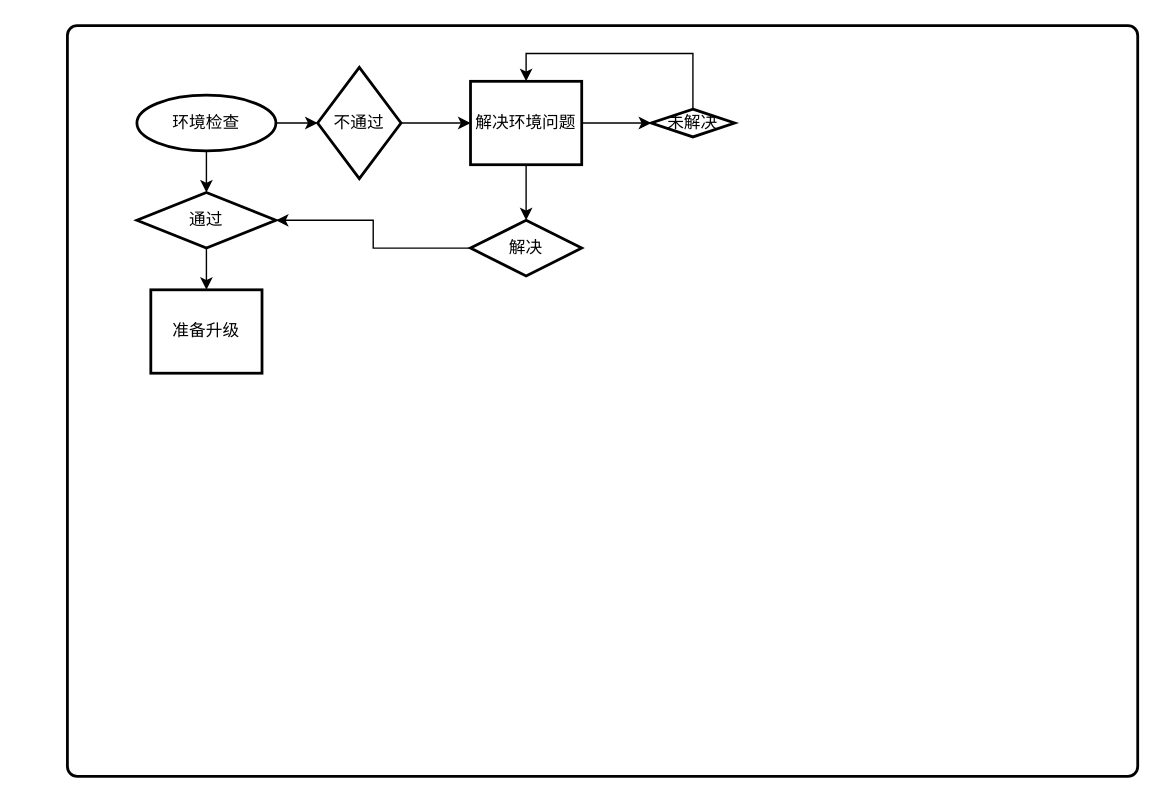
This is Untitled Diagram.drawio from vitilewis/KDE, a draw.io file, before an edit. Source tidied: cells renumbered, new cells numbered last; positions are measured from the earlier drawing's top-left corner, leaving out a move shared by most shapes. Both pictures are drawn from the tidied source at 139%, with x=0, y=0 at pixel (67, 25).
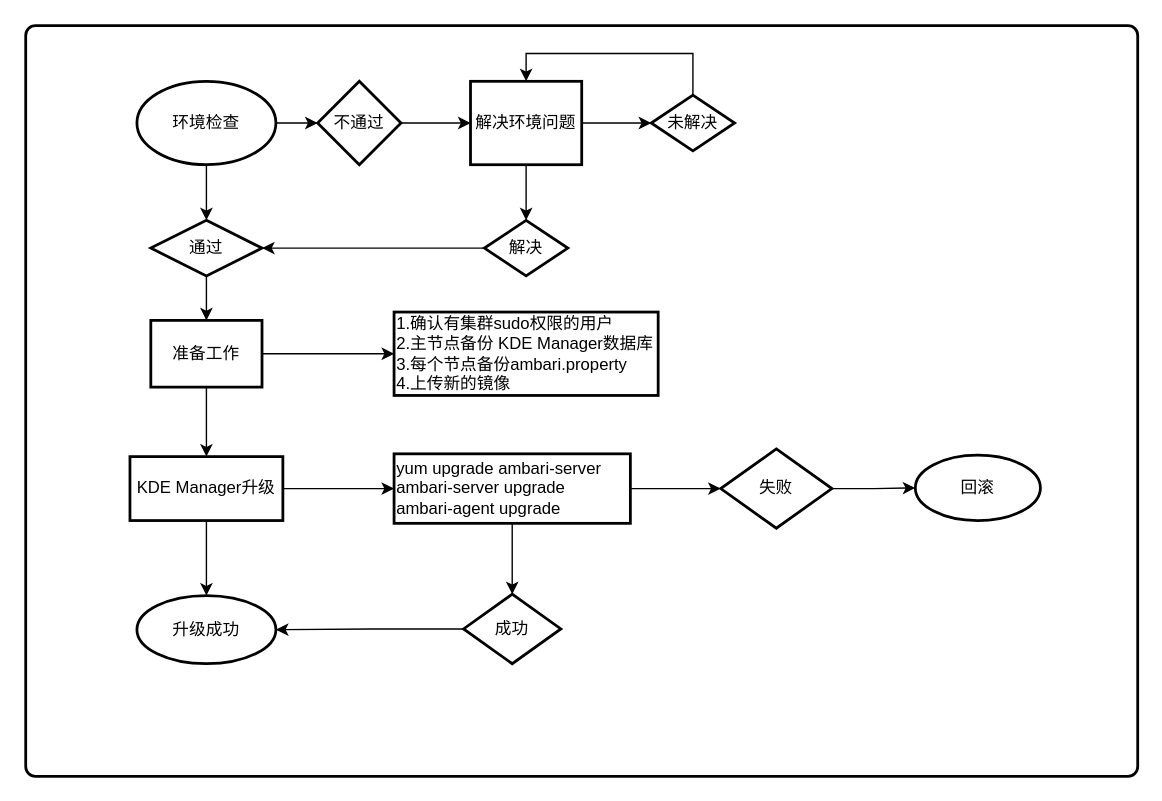
The same page after the edit.

The edit, as a diff of the source:
```diff
@@
     <mxCell id="2" style="rounded=1;whiteSpace=wrap;html=1;absoluteArcSize=1;arcSize=14;strokeWidth=2;" parent="1" vertex="1">
-      <mxGeometry width="770" height="540" as="geometry" />
+      <mxGeometry x="-30" width="800" height="540" as="geometry" />
     </mxCell>
@@
     <mxCell id="5" value="环境检查" style="strokeWidth=2;html=1;shape=mxgraph.flowchart.start_1;whiteSpace=wrap;" parent="1" vertex="1">
-      <mxGeometry x="50" y="50" width="100" height="40" as="geometry" />
+      <mxGeometry x="50" y="40" width="100" height="60" as="geometry" />
     </mxCell>
@@
     <mxCell id="7" value="通过" style="strokeWidth=2;html=1;shape=mxgraph.flowchart.decision;whiteSpace=wrap;" parent="1" vertex="1">
-      <mxGeometry x="50" y="120" width="100" height="40" as="geometry" />
+      <mxGeometry x="60" y="140" width="80" height="40" as="geometry" />
     </mxCell>
@@
     <mxCell id="9" value="不通过" style="rhombus;whiteSpace=wrap;html=1;strokeWidth=2;" parent="1" vertex="1">
-      <mxGeometry x="180" y="30" width="60" height="80" as="geometry" />
+      <mxGeometry x="180" y="40" width="60" height="60" as="geometry" />
     </mxCell>
+    <mxCell id="18" style="edgeStyle=orthogonalEdgeStyle;rounded=0;jettySize=auto;html=1;" parent="1" edge="1" source="10" target="20">
+      <mxGeometry relative="1" as="geometry" />
+    </mxCell>
+    <mxCell id="19" style="edgeStyle=orthogonalEdgeStyle;rounded=0;jettySize=auto;html=1;" parent="1" edge="1" source="10" target="23">
+      <mxGeometry relative="1" as="geometry" />
+    </mxCell>
-    <mxCell id="10" value="准备升级" style="whiteSpace=wrap;html=1;strokeWidth=2;" parent="1" vertex="1">
-      <mxGeometry x="60" y="190" width="80" height="60" as="geometry" />
+    <mxCell id="10" value="准备工作" style="whiteSpace=wrap;html=1;strokeWidth=2;" parent="1" vertex="1">
+      <mxGeometry x="60" y="212" width="80" height="48" as="geometry" />
     </mxCell>
@@
     <mxCell id="15" value="解决" style="rhombus;whiteSpace=wrap;html=1;strokeWidth=2;" parent="1" vertex="1">
-      <mxGeometry x="290" y="140" width="80" height="40" as="geometry" />
+      <mxGeometry x="300" y="140" width="60" height="40" as="geometry" />
     </mxCell>
@@
     <mxCell id="17" value="未解决" style="rhombus;whiteSpace=wrap;html=1;strokeWidth=2;" parent="1" vertex="1">
-      <mxGeometry x="420" y="60" width="60" height="20" as="geometry" />
+      <mxGeometry x="420" y="50" width="60" height="40" as="geometry" />
     </mxCell>
+    <mxCell id="20" value="1.确认有集群sudo权限的用户&lt;br&gt;2.主节点备份 KDE Manager数据库&lt;br&gt;&lt;div&gt;&lt;span&gt;3.每个节点备份ambari.property&lt;/span&gt;&lt;/div&gt;&lt;div&gt;&lt;span&gt;4.上传新的镜像&lt;/span&gt;&lt;/div&gt;" style="whiteSpace=wrap;html=1;strokeWidth=2;align=left;" parent="1" vertex="1">
+      <mxGeometry x="235" y="206" width="190" height="60" as="geometry" />
+    </mxCell>
+    <mxCell id="21" style="edgeStyle=orthogonalEdgeStyle;rounded=0;jettySize=auto;html=1;" parent="1" edge="1" source="23" target="26">
+      <mxGeometry relative="1" as="geometry" />
+    </mxCell>
+    <mxCell id="22" style="edgeStyle=orthogonalEdgeStyle;rounded=0;jettySize=auto;html=1;" parent="1" edge="1" source="23" target="31">
+      <mxGeometry relative="1" as="geometry" />
+    </mxCell>
+    <mxCell id="23" value="KDE Manager升级" style="whiteSpace=wrap;html=1;strokeWidth=2;" parent="1" vertex="1">
+      <mxGeometry x="45" y="310" width="110" height="46" as="geometry" />
+    </mxCell>
+    <mxCell id="24" style="edgeStyle=orthogonalEdgeStyle;rounded=0;jettySize=auto;html=1;" parent="1" edge="1" source="26" target="28">
+      <mxGeometry relative="1" as="geometry" />
+    </mxCell>
+    <mxCell id="25" style="edgeStyle=orthogonalEdgeStyle;rounded=0;jettySize=auto;html=1;" parent="1" edge="1" source="26" target="30">
+      <mxGeometry relative="1" as="geometry" />
+    </mxCell>
+    <mxCell id="26" value="yum upgrade ambari-server&amp;nbsp;&lt;br&gt;ambari-server upgrade&lt;br&gt;ambari-agent upgrade" style="whiteSpace=wrap;html=1;strokeWidth=2;align=left;" parent="1" vertex="1">
+      <mxGeometry x="235" y="308" width="170" height="50" as="geometry" />
+    </mxCell>
+    <mxCell id="27" style="edgeStyle=orthogonalEdgeStyle;rounded=0;jettySize=auto;html=1;" parent="1" edge="1" source="28" target="32">
+      <mxGeometry relative="1" as="geometry" />
+    </mxCell>
+    <mxCell id="28" value="失败" style="rhombus;whiteSpace=wrap;html=1;align=center;strokeWidth=2;" parent="1" vertex="1">
+      <mxGeometry x="470" y="304.5" width="80" height="57" as="geometry" />
+    </mxCell>
+    <mxCell id="29" style="edgeStyle=orthogonalEdgeStyle;rounded=0;jettySize=auto;html=1;entryX=1;entryY=0.5;entryDx=0;entryDy=0;" parent="1" edge="1" source="30" target="31">
+      <mxGeometry relative="1" as="geometry" />
+    </mxCell>
+    <mxCell id="30" value="成功" style="rhombus;whiteSpace=wrap;html=1;align=center;strokeWidth=2;" parent="1" vertex="1">
+      <mxGeometry x="285" y="409" width="70" height="50" as="geometry" />
+    </mxCell>
+    <mxCell id="31" value="升级成功" style="ellipse;whiteSpace=wrap;html=1;strokeWidth=2;" parent="1" vertex="1">
+      <mxGeometry x="50" y="410" width="100" height="49" as="geometry" />
+    </mxCell>
+    <mxCell id="32" value="回滚" style="ellipse;whiteSpace=wrap;html=1;strokeWidth=2;" parent="1" vertex="1">
+      <mxGeometry x="610" y="309" width="90" height="47" as="geometry" />
+    </mxCell>
```
